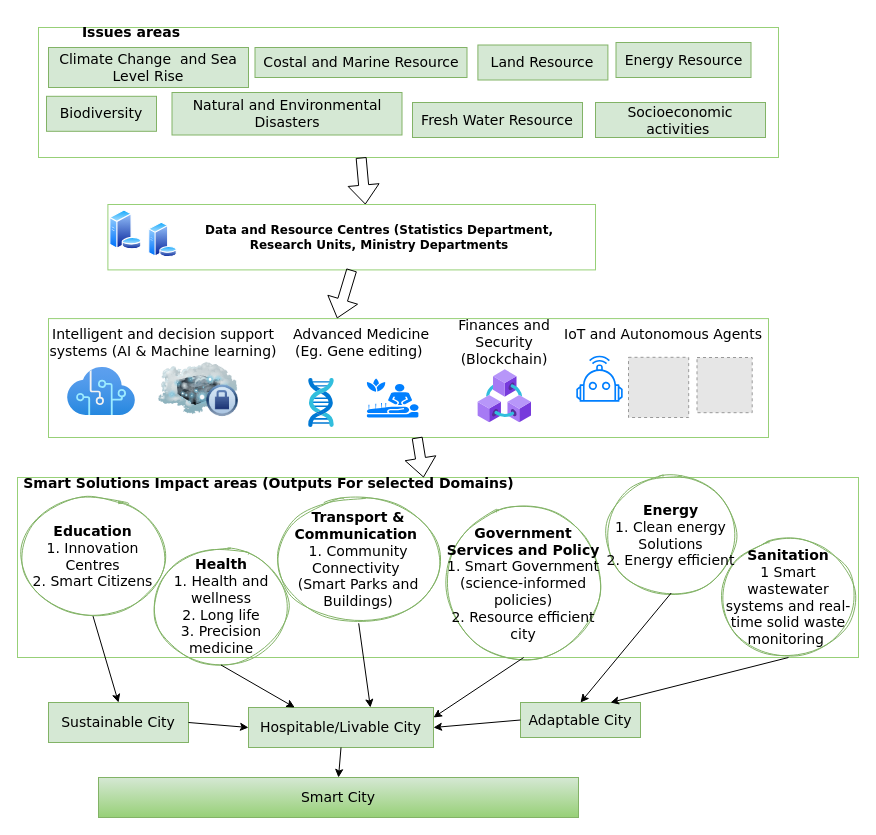
This is page "BarbudaSmart" (2 of 2) of SystemReasoningOverview.drawio from Kibolabs/Diagrams, a draw.io file, before an edit. Source tidied: cells renumbered, new cells numbered last; positions are measured from the earlier drawing's top-left corner, leaving out a move shared by most shapes. Both pictures are drawn from the tidied source at 100%, with x=0, y=0 at pixel (17, 17). Pictures stored in the file or linked from it are replaced by grey dashed boxes.
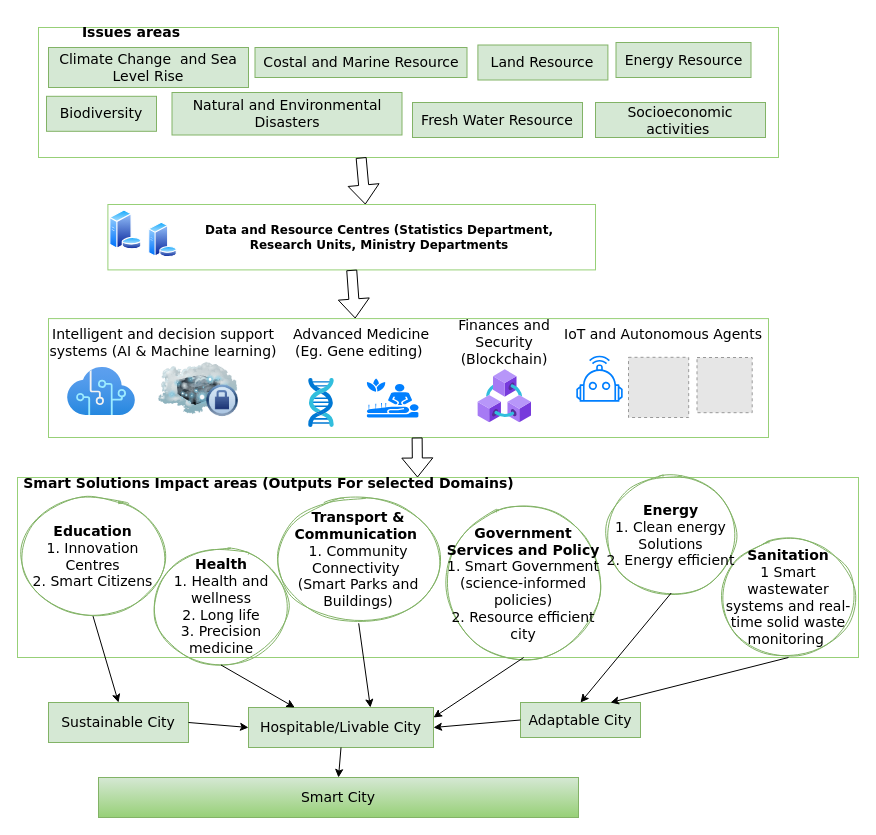
The same diagram, later.

Unchanged cells that the change refers to:
```xml
<mxCell id="2" style="rounded=0;whiteSpace=wrap;html=1;fillColor=none;strokeColor=#97D077;" parent="1" vertex="1">
  <mxGeometry x="31" y="301.1" width="720" height="118.9" as="geometry" />
</mxCell>
<mxCell id="3" style="rounded=0;whiteSpace=wrap;html=1;fontFamily=Verdana;fillColor=none;strokeColor=#97D077;" parent="1" vertex="1">
  <mxGeometry y="460" width="841" height="180" as="geometry" />
</mxCell>
<mxCell id="4" style="rounded=0;whiteSpace=wrap;html=1;fillColor=none;strokeColor=#97D077;" parent="1" vertex="1">
  <mxGeometry x="90.4" y="187" width="487.6" height="65.4" as="geometry" />
</mxCell>
```

Diff of the diagram source:
```diff
@@
-    <mxCell id="45" style="shape=flexArrow;endArrow=classic;html=1;rounded=0;fontFamily=Verdana;exitX=0.512;exitY=1;exitDx=0;exitDy=0;exitPerimeter=0;" parent="1" edge="1" source="2" target="3">
-      <mxGeometry relative="1" as="geometry" />
+    <mxCell id="45" style="shape=flexArrow;endArrow=classic;html=1;rounded=0;fontFamily=Verdana;exitX=0.512;exitY=1;exitDx=0;exitDy=0;exitPerimeter=0;" parent="1" edge="1" source="2">
+      <mxGeometry relative="1" as="geometry">
+        <mxPoint x="400" y="460" as="targetPoint" />
+      </mxGeometry>
     </mxCell>
@@
-    <mxCell id="48" style="shape=flexArrow;endArrow=classic;html=1;rounded=0;exitX=0.5;exitY=1;exitDx=0;exitDy=0;entryX=0.42;entryY=0.006;entryDx=0;entryDy=0;entryPerimeter=0;" parent="1" edge="1" source="4">
-      <mxGeometry relative="1" as="geometry">
-        <mxPoint x="319.6" y="300.9" as="targetPoint" />
-      </mxGeometry>
+    <mxCell id="48" style="shape=flexArrow;endArrow=classic;html=1;rounded=0;exitX=0.5;exitY=1;exitDx=0;exitDy=0;entryX=0.426;entryY=-0.001;entryDx=0;entryDy=0;entryPerimeter=0;" parent="1" edge="1" source="4" target="2">
+      <mxGeometry relative="1" as="geometry" />
     </mxCell>
```
